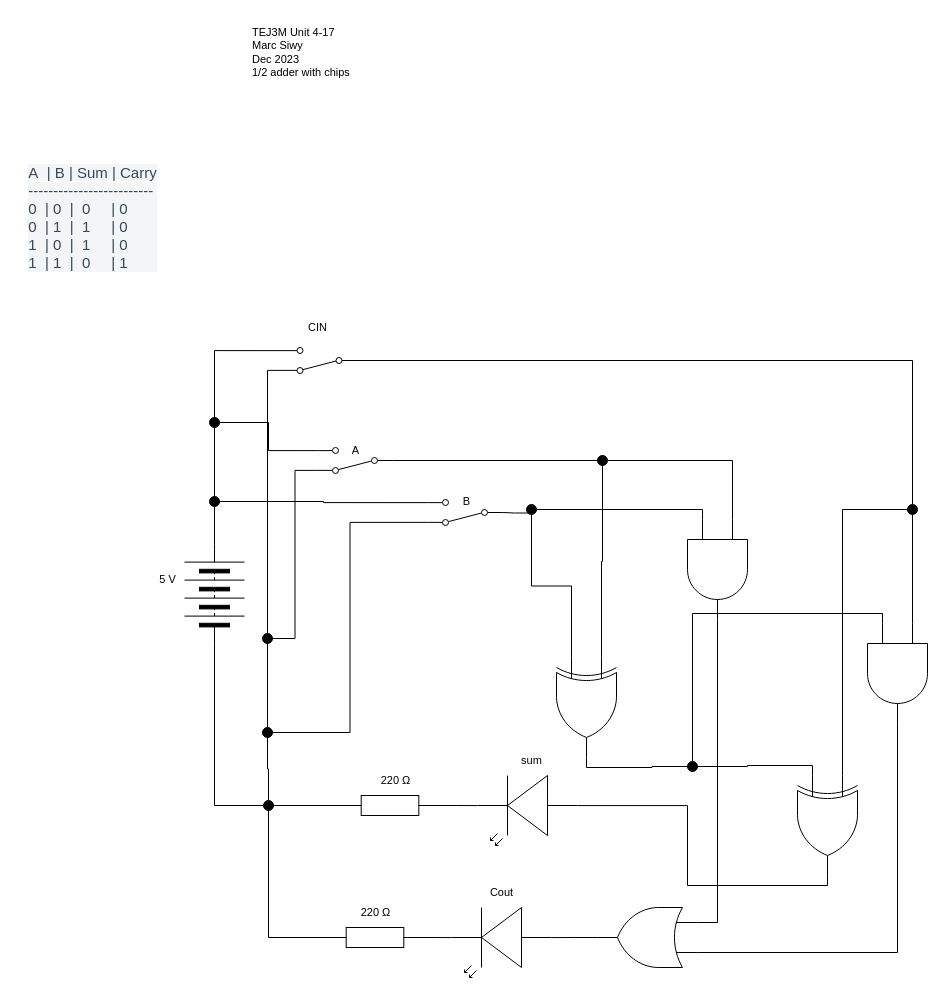
Marc-Siwy/TEJ3MUnit4 keeps this draw.io diagram as Unit 4-18/Unit 4-18.drawio. Above is the earlier version. Source tidied: cells renumbered, new cells numbered last; positions are measured from the earlier drawing's top-left corner, leaving out a move shared by most shapes. Both pictures are drawn from the tidied source at 100%, with x=0, y=0 at pixel (17, 17).
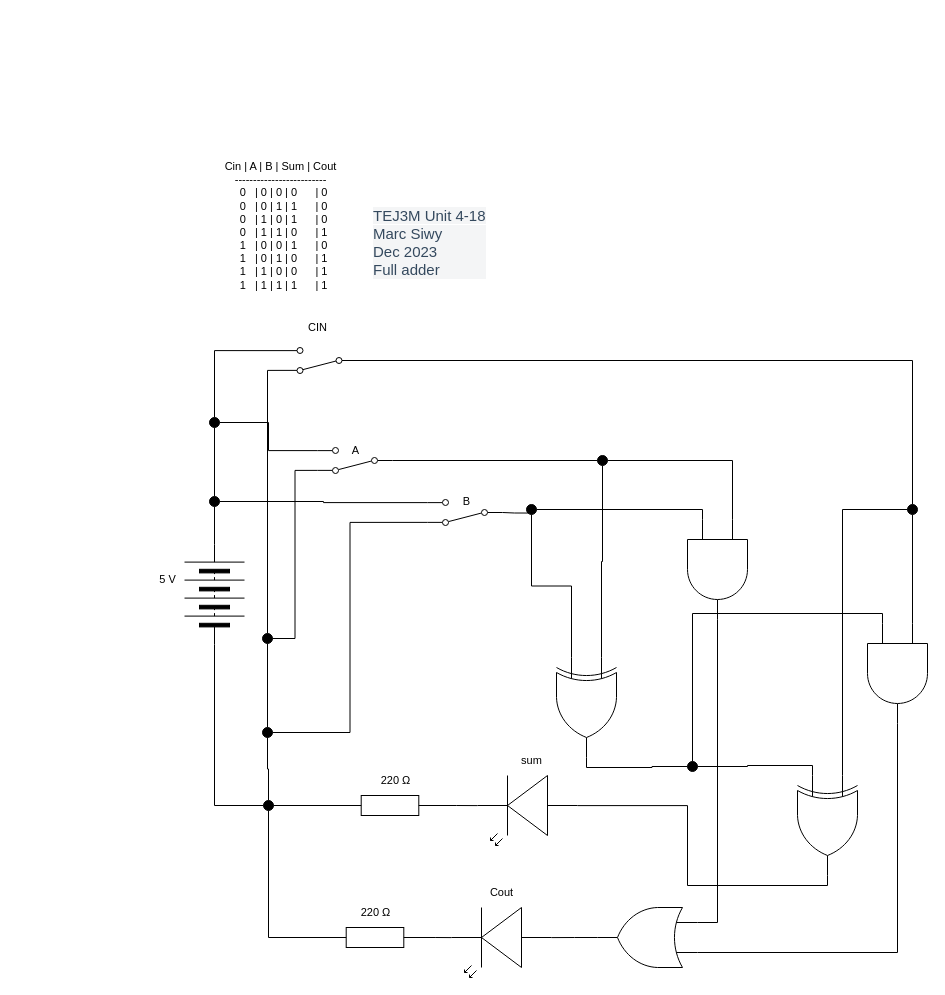
The same page after the edit.

The edit, as a diff of the source:
```diff
@@
-    <mxCell id="6" value="TEJ3M Unit 4-17&lt;br&gt;Marc Siwy&lt;br&gt;Dec 2023&lt;br&gt;1/2 adder with chips" style="text;html=1;align=left;verticalAlign=middle;strokeColor=none;fillColor=none;fontSize=11;fontFamily=Helvetica;fontColor=default;" parent="1" vertex="1">
-      <mxGeometry x="232.5" width="120" height="70" as="geometry" />
+    <mxCell id="6" value="&lt;span style=&quot;color: rgb(52, 73, 94); font-family: ArtifaktElement-Medium, sans-serif; font-size: 15px; background-color: rgb(244, 245, 246);&quot;&gt;TEJ3M Unit 4-18&lt;/span&gt;&lt;div style=&quot;-webkit-tap-highlight-color: rgba(0, 0, 0, 0); box-sizing: border-box; color: rgb(52, 73, 94); font-family: ArtifaktElement-Medium, sans-serif; font-size: 15px; background-color: rgb(244, 245, 246);&quot;&gt;Marc Siwy&lt;/div&gt;&lt;div style=&quot;-webkit-tap-highlight-color: rgba(0, 0, 0, 0); box-sizing: border-box; color: rgb(52, 73, 94); font-family: ArtifaktElement-Medium, sans-serif; font-size: 15px; background-color: rgb(244, 245, 246);&quot;&gt;Dec 2023&lt;/div&gt;&lt;div style=&quot;-webkit-tap-highlight-color: rgba(0, 0, 0, 0); box-sizing: border-box; color: rgb(52, 73, 94); font-family: ArtifaktElement-Medium, sans-serif; font-size: 15px; background-color: rgb(244, 245, 246);&quot;&gt;Full adder&lt;/div&gt;" style="text;html=1;align=left;verticalAlign=middle;strokeColor=none;fillColor=none;fontSize=11;fontFamily=Helvetica;fontColor=default;" parent="1" vertex="1">
+      <mxGeometry x="354" y="180" width="140" height="90" as="geometry" />
     </mxCell>
-    <mxCell id="7" value="&lt;span style=&quot;color: rgb(52, 73, 94); font-family: ArtifaktElement-Medium, sans-serif; font-size: 15px; text-align: left; background-color: rgb(244, 245, 246);&quot;&gt;A&amp;nbsp; | B | Sum | Carry&lt;/span&gt;&lt;div style=&quot;-webkit-tap-highlight-color: rgba(0, 0, 0, 0); box-sizing: border-box; color: rgb(52, 73, 94); font-family: ArtifaktElement-Medium, sans-serif; font-size: 15px; text-align: left; background-color: rgb(244, 245, 246);&quot;&gt;-------------------------&lt;/div&gt;&lt;div style=&quot;-webkit-tap-highlight-color: rgba(0, 0, 0, 0); box-sizing: border-box; color: rgb(52, 73, 94); font-family: ArtifaktElement-Medium, sans-serif; font-size: 15px; text-align: left; background-color: rgb(244, 245, 246);&quot;&gt;0&amp;nbsp; | 0&amp;nbsp; |&amp;nbsp; 0&amp;nbsp; &amp;nbsp; &amp;nbsp;| 0&lt;/div&gt;&lt;div style=&quot;-webkit-tap-highlight-color: rgba(0, 0, 0, 0); box-sizing: border-box; color: rgb(52, 73, 94); font-family: ArtifaktElement-Medium, sans-serif; font-size: 15px; text-align: left; background-color: rgb(244, 245, 246);&quot;&gt;0&amp;nbsp; | 1&amp;nbsp; |&amp;nbsp; 1&amp;nbsp; &amp;nbsp; &amp;nbsp;| 0&lt;/div&gt;&lt;div style=&quot;-webkit-tap-highlight-color: rgba(0, 0, 0, 0); box-sizing: border-box; color: rgb(52, 73, 94); font-family: ArtifaktElement-Medium, sans-serif; font-size: 15px; text-align: left; background-color: rgb(244, 245, 246);&quot;&gt;&lt;div style=&quot;border-color: var(--border-color); -webkit-tap-highlight-color: rgba(0, 0, 0, 0); box-sizing: border-box;&quot;&gt;1&amp;nbsp; | 0&amp;nbsp; |&amp;nbsp; 1&amp;nbsp; &amp;nbsp; &amp;nbsp;| 0&lt;/div&gt;&lt;div style=&quot;border-color: var(--border-color); -webkit-tap-highlight-color: rgba(0, 0, 0, 0); box-sizing: border-box;&quot;&gt;1&amp;nbsp; | 1&amp;nbsp; |&amp;nbsp; 0&amp;nbsp; &amp;nbsp; &amp;nbsp;| 1&lt;/div&gt;&lt;/div&gt;" style="text;html=1;align=center;verticalAlign=middle;strokeColor=none;fillColor=none;fontSize=11;fontFamily=Helvetica;fontColor=default;" parent="1" vertex="1">
-      <mxGeometry y="140" width="150" height="120" as="geometry" />
+    <mxCell id="7" value="Cin | A | B | Sum | Cout&lt;div style=&quot;-webkit-tap-highlight-color: rgba(0, 0, 0, 0); box-sizing: border-box;&quot;&gt;-------------------------&lt;/div&gt;&lt;div style=&quot;-webkit-tap-highlight-color: rgba(0, 0, 0, 0); box-sizing: border-box;&quot;&gt;&amp;nbsp; 0&amp;nbsp; &amp;nbsp;| 0 | 0 | 0&amp;nbsp; &amp;nbsp; &amp;nbsp; | 0&lt;/div&gt;&lt;div style=&quot;-webkit-tap-highlight-color: rgba(0, 0, 0, 0); box-sizing: border-box;&quot;&gt;&amp;nbsp; 0&amp;nbsp; &amp;nbsp;| 0 | 1 | 1&amp;nbsp; &amp;nbsp; &amp;nbsp; | 0&lt;/div&gt;&lt;div style=&quot;-webkit-tap-highlight-color: rgba(0, 0, 0, 0); box-sizing: border-box;&quot;&gt;&amp;nbsp; 0&amp;nbsp; &amp;nbsp;| 1 | 0 | 1&amp;nbsp; &amp;nbsp; &amp;nbsp; | 0&lt;/div&gt;&lt;div style=&quot;-webkit-tap-highlight-color: rgba(0, 0, 0, 0); box-sizing: border-box;&quot;&gt;&amp;nbsp; 0&amp;nbsp; &amp;nbsp;| 1 | 1 | 0&amp;nbsp; &amp;nbsp; &amp;nbsp; | 1&lt;/div&gt;&lt;div style=&quot;-webkit-tap-highlight-color: rgba(0, 0, 0, 0); box-sizing: border-box;&quot;&gt;&amp;nbsp; 1&amp;nbsp; &amp;nbsp;| 0 | 0 | 1&amp;nbsp; &amp;nbsp; &amp;nbsp; | 0&lt;/div&gt;&lt;div style=&quot;-webkit-tap-highlight-color: rgba(0, 0, 0, 0); box-sizing: border-box;&quot;&gt;&amp;nbsp; 1&amp;nbsp; &amp;nbsp;| 0 | 1 | 0&amp;nbsp; &amp;nbsp; &amp;nbsp; | 1&lt;/div&gt;&lt;div style=&quot;-webkit-tap-highlight-color: rgba(0, 0, 0, 0); box-sizing: border-box;&quot;&gt;&amp;nbsp; 1&amp;nbsp; &amp;nbsp;| 1 | 0 | 0&amp;nbsp; &amp;nbsp; &amp;nbsp; | 1&lt;/div&gt;&lt;div style=&quot;-webkit-tap-highlight-color: rgba(0, 0, 0, 0); box-sizing: border-box;&quot;&gt;&amp;nbsp; 1&amp;nbsp; &amp;nbsp;| 1 | 1 | 1&amp;nbsp; &amp;nbsp; &amp;nbsp; | 1&lt;/div&gt;&lt;div style=&quot;-webkit-tap-highlight-color: rgba(0, 0, 0, 0); box-sizing: border-box;&quot;&gt;&lt;br style=&quot;-webkit-tap-highlight-color: rgba(0, 0, 0, 0); box-sizing: border-box; color: rgb(52, 73, 94); font-family: ArtifaktElement-Medium, sans-serif; font-size: 15px; text-align: left; background-color: rgb(244, 245, 246);&quot;&gt;&lt;/div&gt;" style="text;html=1;align=center;verticalAlign=middle;strokeColor=none;fillColor=none;fontSize=11;fontFamily=Helvetica;fontColor=default;" parent="1" vertex="1">
+      <mxGeometry x="192.5" y="135" width="140" height="160" as="geometry" />
     </mxCell>
```
